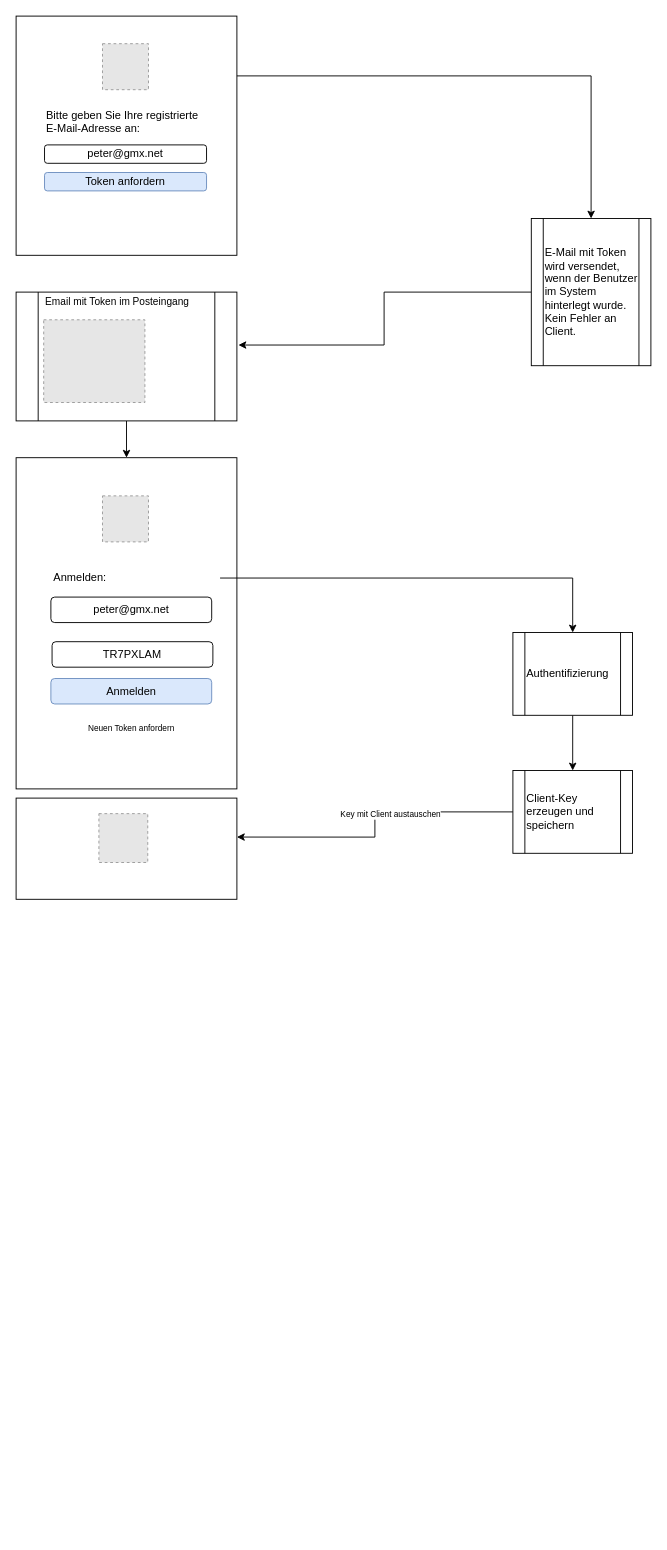
Before: Login mit Token.drawio in Xynratron/FlowCharts, a draw.io diagram. Source tidied: cells renumbered, new cells numbered last; positions are measured from the earlier drawing's top-left corner, leaving out a move shared by most shapes. Both pictures are drawn from the tidied source at 92%, with x=0, y=0 at pixel (16, 16). Pictures stored in the file or linked from it are replaced by grey dashed boxes.
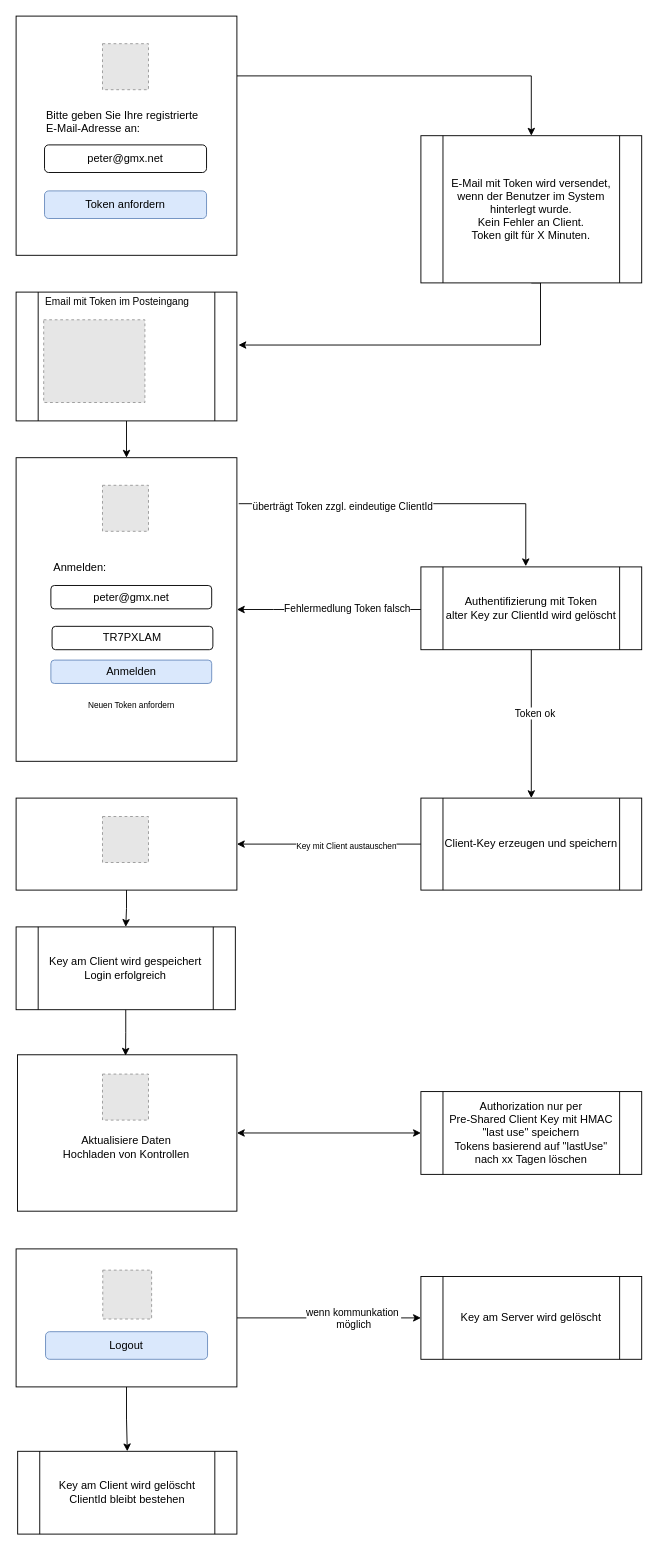
The same page after the edit.

Unchanged cells that the change refers to:
```xml
<mxCell id="12" style="group;" parent="1" vertex="1">
  <mxGeometry width="240" height="260" as="geometry" />
</mxCell>
<mxCell id="13" style="rounded=0;whiteSpace=wrap;html=1;" parent="12" vertex="1">
  <mxGeometry width="240" height="260" as="geometry" />
</mxCell>
```

Diff of the diagram source:
```diff
@@
-    <mxCell id="2" style="edgeStyle=orthogonalEdgeStyle;rounded=0;jettySize=auto;html=1;exitX=0;exitY=0.5;exitDx=0;exitDy=0;entryX=1.007;entryY=0.411;entryDx=0;entryDy=0;entryPerimeter=0;fontSize=9;" parent="1" edge="1" source="3" target="19">
-      <mxGeometry relative="1" as="geometry" />
+    <mxCell id="2" style="edgeStyle=orthogonalEdgeStyle;rounded=0;jettySize=auto;html=1;entryX=1.007;entryY=0.411;entryDx=0;entryDy=0;entryPerimeter=0;fontSize=9;exitX=0.5;exitY=1;exitDx=0;exitDy=0;" parent="1" edge="1" source="3" target="19">
+      <mxGeometry relative="1" as="geometry">
+        <Array as="points">
+          <mxPoint x="570" y="358" />
+        </Array>
+      </mxGeometry>
     </mxCell>
-    <mxCell id="3" value="E-Mail mit Token wird versendet, wenn der Benutzer im System hinterlegt wurde. Kein Fehler an Client." style="shape=process;whiteSpace=wrap;html=1;backgroundOutline=1;align=left;" parent="1" vertex="1">
-      <mxGeometry x="560" y="220" width="130" height="160" as="geometry" />
+    <mxCell id="3" value="E-Mail mit Token wird versendet, wenn der Benutzer im System hinterlegt wurde.&lt;br&gt;Kein Fehler an Client.&lt;br&gt;Token gilt für X Minuten." style="shape=process;whiteSpace=wrap;html=1;backgroundOutline=1;align=center;" parent="1" vertex="1">
+      <mxGeometry x="440" y="130" width="240" height="160" as="geometry" />
     </mxCell>
-    <mxCell id="4" style="group;" parent="1" vertex="1">
-      <mxGeometry y="480" width="240" height="360" as="geometry" />
-    </mxCell>
+    <mxCell id="18" style="edgeStyle=orthogonalEdgeStyle;rounded=0;jettySize=auto;html=1;exitX=0.5;exitY=1;exitDx=0;exitDy=0;entryX=0.5;entryY=0;entryDx=0;entryDy=0;fontSize=9;" parent="1" edge="1" source="19" target="5">
+      <mxGeometry relative="1" as="geometry" />
+    </mxCell>
+    <mxCell id="19" style="shape=process;whiteSpace=wrap;html=1;backgroundOutline=1;fontSize=6;align=center;labelPosition=center;verticalLabelPosition=top;verticalAlign=bottom;" parent="1" vertex="1">
+      <mxGeometry y="300" width="240" height="140" as="geometry" />
+    </mxCell>
+    <mxCell id="20" style="fillColor=#E6E6E6;strokeColor=#999999;dashed=1;verticalLabelPosition=top;labelBackgroundColor=#ffffff;verticalAlign=bottom;labelPosition=left;align=right;" parent="1" vertex="1">
+      <mxGeometry x="30" y="330.1" width="110" height="89.9" as="geometry" />
+    </mxCell>
+    <mxCell id="21" value="Email mit Token im Posteingang" style="text;html=1;strokeColor=none;fillColor=none;align=left;verticalAlign=middle;whiteSpace=wrap;rounded=0;fontSize=11;" parent="1" vertex="1">
+      <mxGeometry x="30" y="300" width="210" height="20" as="geometry" />
+    </mxCell>
+    <mxCell id="22" style="edgeStyle=orthogonalEdgeStyle;rounded=0;jettySize=auto;html=1;exitX=1;exitY=0.25;exitDx=0;exitDy=0;fontSize=9;entryX=0.5;entryY=0;entryDx=0;entryDy=0;" parent="1" edge="1" source="13" target="3">
+      <mxGeometry relative="1" as="geometry" />
+    </mxCell>
+    <mxCell id="23" style="edgeStyle=orthogonalEdgeStyle;rounded=0;jettySize=auto;html=1;exitX=0.5;exitY=1;exitDx=0;exitDy=0;entryX=0.5;entryY=0;entryDx=0;entryDy=0;fontSize=9;" parent="1" edge="1" source="24" target="31">
+      <mxGeometry relative="1" as="geometry" />
+    </mxCell>
+    <mxCell id="32" value="Token ok" style="edgeLabel;html=1;align=center;verticalAlign=middle;" parent="23" vertex="1">
+      <mxGeometry x="-0.15" y="3" relative="1" as="geometry" />
+    </mxCell>
+    <mxCell id="33" style="edgeStyle=orthogonalEdgeStyle;rounded=0;jettySize=auto;html=1;startArrow=none;startFill=0;" parent="1" edge="1" source="24" target="5">
+      <mxGeometry relative="1" as="geometry">
+        <Array as="points">
+          <mxPoint x="280" y="645" />
+          <mxPoint x="280" y="645" />
+        </Array>
+      </mxGeometry>
+    </mxCell>
+    <mxCell id="34" value="Fehlermedlung Token falsch" style="edgeLabel;html=1;align=center;verticalAlign=middle;" parent="33" vertex="1">
+      <mxGeometry x="-0.19" y="-2" relative="1" as="geometry" />
+    </mxCell>
+    <mxCell id="24" value="Authentifizierung mit Token&lt;br&gt;alter Key zur ClientId wird gelöscht" style="shape=process;whiteSpace=wrap;html=1;backgroundOutline=1;align=center;" parent="1" vertex="1">
+      <mxGeometry x="440" y="598.7" width="240" height="90" as="geometry" />
+    </mxCell>
+    <mxCell id="25" style="edgeStyle=orthogonalEdgeStyle;rounded=0;jettySize=auto;html=1;fontSize=9;entryX=0.475;entryY=-0.008;entryDx=0;entryDy=0;entryPerimeter=0;" parent="1" edge="1" target="24">
+      <mxGeometry relative="1" as="geometry">
+        <mxPoint x="242" y="530" as="sourcePoint" />
+        <Array as="points">
+          <mxPoint x="554" y="530" />
+        </Array>
+      </mxGeometry>
+    </mxCell>
+    <mxCell id="35" value="überträgt Token zzgl. eindeutige ClientId" style="edgeLabel;html=1;align=center;verticalAlign=middle;" parent="25" vertex="1">
+      <mxGeometry x="-0.41" y="-2" relative="1" as="geometry" />
+    </mxCell>
+    <mxCell id="29" style="edgeStyle=orthogonalEdgeStyle;rounded=0;jettySize=auto;html=1;exitX=0;exitY=0.5;exitDx=0;exitDy=0;entryX=1;entryY=0.5;entryDx=0;entryDy=0;fontSize=9;" parent="1" edge="1" source="31" target="27">
+      <mxGeometry relative="1" as="geometry" />
+    </mxCell>
+    <mxCell id="30" value="Key mit Client austauschen" style="edgeLabel;html=1;align=center;verticalAlign=middle;fontSize=9;" parent="29" vertex="1">
+      <mxGeometry x="-0.18" y="2" relative="1" as="geometry" />
+    </mxCell>
+    <mxCell id="31" value="Client-Key erzeugen und speichern" style="shape=process;whiteSpace=wrap;html=1;backgroundOutline=1;align=center;" parent="1" vertex="1">
+      <mxGeometry x="440" y="850" width="240" height="100" as="geometry" />
+    </mxCell>
+    <mxCell id="36" value="Authorization nur per &lt;br&gt;Pre-Shared Client Key mit HMAC&lt;br&gt;&quot;last use&quot; speichern&lt;br&gt;Tokens basierend auf &quot;lastUse&quot; nach xx Tagen löschen" style="shape=process;whiteSpace=wrap;html=1;backgroundOutline=1;align=center;" parent="1" vertex="1">
+      <mxGeometry x="440" y="1169" width="240" height="90" as="geometry" />
+    </mxCell>
+    <mxCell id="37" style="edgeStyle=orthogonalEdgeStyle;rounded=0;jettySize=auto;html=1;startArrow=classic;startFill=1;" parent="1" edge="1" source="44" target="36">
+      <mxGeometry relative="1" as="geometry" />
+    </mxCell>
+    <mxCell id="38" style="edgeStyle=orthogonalEdgeStyle;rounded=0;jettySize=auto;html=1;entryX=0;entryY=0.5;entryDx=0;entryDy=0;startArrow=none;startFill=0;" parent="1" edge="1" source="48" target="41">
+      <mxGeometry relative="1" as="geometry" />
+    </mxCell>
+    <mxCell id="39" value="wenn kommunkation&amp;nbsp;&lt;br&gt;möglich" style="edgeLabel;html=1;align=center;verticalAlign=middle;" parent="38" vertex="1">
+      <mxGeometry x="0.26" relative="1" as="geometry" />
+    </mxCell>
+    <mxCell id="40" style="edgeStyle=orthogonalEdgeStyle;rounded=0;jettySize=auto;html=1;entryX=0.5;entryY=0;entryDx=0;entryDy=0;startArrow=none;startFill=0;" parent="1" edge="1" source="48" target="42">
+      <mxGeometry relative="1" as="geometry" />
+    </mxCell>
+    <mxCell id="41" value="Key am Server wird gelöscht" style="shape=process;whiteSpace=wrap;html=1;backgroundOutline=1;align=center;" parent="1" vertex="1">
+      <mxGeometry x="440" y="1370" width="240" height="90" as="geometry" />
+    </mxCell>
+    <mxCell id="42" value="Key am Client wird gelöscht&lt;br&gt;ClientId bleibt bestehen" style="shape=process;whiteSpace=wrap;html=1;backgroundOutline=1;align=center;" parent="1" vertex="1">
+      <mxGeometry x="1.7" y="1560" width="238.3" height="90" as="geometry" />
+    </mxCell>
+    <mxCell id="43" style="group;" parent="1" vertex="1">
+      <mxGeometry x="1.5" y="1129" width="238.5" height="170" as="geometry" />
+    </mxCell>
+    <mxCell id="44" style="rounded=0;whiteSpace=wrap;html=1;" parent="43" vertex="1">
+      <mxGeometry width="238.5" height="170" as="geometry" />
+    </mxCell>
+    <mxCell id="45" value="Aktualisiere Daten&lt;br&gt;Hochladen von Kontrollen" style="text;html=1;strokeColor=none;fillColor=none;align=center;verticalAlign=middle;whiteSpace=wrap;rounded=0;" parent="43" vertex="1">
+      <mxGeometry x="48.5" y="89" width="140" height="24.3" as="geometry" />
+    </mxCell>
+    <mxCell id="46" style="fillColor=#E6E6E6;strokeColor=#999999;dashed=1;verticalLabelPosition=bottom;labelBackgroundColor=#ffffff;verticalAlign=top;" parent="43" vertex="1">
+      <mxGeometry x="92.4" y="21" width="50" height="50" as="geometry" />
+    </mxCell>
+    <mxCell id="47" style="group;" parent="1" vertex="1">
+      <mxGeometry y="1340" width="240" height="150" as="geometry" />
+    </mxCell>
+    <mxCell id="48" style="rounded=0;whiteSpace=wrap;html=1;" parent="47" vertex="1">
+      <mxGeometry width="240" height="150" as="geometry" />
+    </mxCell>
+    <mxCell id="49" style="fillColor=#E6E6E6;strokeColor=#999999;dashed=1;verticalLabelPosition=bottom;labelBackgroundColor=#ffffff;verticalAlign=top;" parent="47" vertex="1">
+      <mxGeometry x="94.2" y="23.1" width="53.1" height="53.1" as="geometry" />
+    </mxCell>
+    <mxCell id="50" value="Logout" style="rounded=1;whiteSpace=wrap;html=1;fillColor=#dae8fc;strokeColor=#6c8ebf;" parent="47" vertex="1">
+      <mxGeometry x="32" y="90" width="176.1" height="30" as="geometry" />
+    </mxCell>
+    <mxCell id="51" style="group;" parent="1" vertex="1">
+      <mxGeometry y="850" width="240" height="100" as="geometry" />
+    </mxCell>
+    <mxCell id="27" style="rounded=0;whiteSpace=wrap;html=1;" parent="51" vertex="1">
+      <mxGeometry width="240" height="100" as="geometry" />
+    </mxCell>
+    <mxCell id="52" style="fillColor=#E6E6E6;strokeColor=#999999;dashed=1;verticalLabelPosition=bottom;labelBackgroundColor=#ffffff;verticalAlign=top;" parent="51" vertex="1">
+      <mxGeometry x="93.9" y="20" width="50" height="50" as="geometry" />
+    </mxCell>
+    <mxCell id="53" style="group;" parent="1" vertex="1">
+      <mxGeometry y="480" width="240" height="330" as="geometry" />
+    </mxCell>
-    <mxCell id="5" style="rounded=0;whiteSpace=wrap;html=1;" parent="4" vertex="1">
-      <mxGeometry width="240" height="360" as="geometry" />
+    <mxCell id="5" style="rounded=0;whiteSpace=wrap;html=1;" parent="53" vertex="1">
+      <mxGeometry width="240" height="330" as="geometry" />
     </mxCell>
-    <mxCell id="6" value="peter@gmx.net" style="rounded=1;whiteSpace=wrap;html=1;align=center;" parent="4" vertex="1">
-      <mxGeometry x="37.8" y="151.5" width="174.8" height="27.7" as="geometry" />
+    <mxCell id="6" value="peter@gmx.net" style="rounded=1;whiteSpace=wrap;html=1;align=center;" parent="53" vertex="1">
+      <mxGeometry x="37.8" y="138.9" width="174.8" height="25.4" as="geometry" />
     </mxCell>
-    <mxCell id="7" value="Anmelden" style="rounded=1;whiteSpace=wrap;html=1;fillColor=#dae8fc;strokeColor=#6c8ebf;" parent="4" vertex="1">
-      <mxGeometry x="37.8" y="240" width="174.8" height="27.7" as="geometry" />
+    <mxCell id="7" value="Anmelden" style="rounded=1;whiteSpace=wrap;html=1;fillColor=#dae8fc;strokeColor=#6c8ebf;" parent="53" vertex="1">
+      <mxGeometry x="37.8" y="220" width="174.8" height="25.4" as="geometry" />
     </mxCell>
-    <mxCell id="8" style="fillColor=#E6E6E6;strokeColor=#999999;dashed=1;verticalLabelPosition=bottom;labelBackgroundColor=#ffffff;verticalAlign=top;" parent="4" vertex="1">
-      <mxGeometry x="93.9" y="41.5" width="50" height="50" as="geometry" />
-    </mxCell>
-    <mxCell id="9" value="Anmelden:" style="text;html=1;strokeColor=none;fillColor=none;align=left;verticalAlign=middle;whiteSpace=wrap;rounded=0;" parent="4" vertex="1">
-      <mxGeometry x="39.1" y="110" width="182.6" height="41.5" as="geometry" />
+    <mxCell id="9" value="Anmelden:" style="text;html=1;strokeColor=none;fillColor=none;align=left;verticalAlign=middle;whiteSpace=wrap;rounded=0;" parent="53" vertex="1">
+      <mxGeometry x="39.1" y="100.8" width="182.6" height="38.1" as="geometry" />
     </mxCell>
-    <mxCell id="10" value="TR7PXLAM" style="rounded=1;whiteSpace=wrap;html=1;align=center;" parent="4" vertex="1">
-      <mxGeometry x="39.1" y="200" width="174.8" height="27.7" as="geometry" />
+    <mxCell id="10" value="TR7PXLAM" style="rounded=1;whiteSpace=wrap;html=1;align=center;" parent="53" vertex="1">
+      <mxGeometry x="39.1" y="183.3" width="174.8" height="25.4" as="geometry" />
     </mxCell>
-    <mxCell id="11" value="&lt;font style=&quot;font-size: 9px&quot;&gt;Neuen Token anfordern&lt;/font&gt;" style="text;html=1;strokeColor=none;fillColor=none;align=center;verticalAlign=middle;whiteSpace=wrap;rounded=0;fontSize=6;" parent="4" vertex="1">
-      <mxGeometry x="36.5" y="280" width="177.4" height="30" as="geometry" />
+    <mxCell id="11" value="&lt;font style=&quot;font-size: 9px&quot;&gt;Neuen Token anfordern&lt;/font&gt;" style="text;html=1;strokeColor=none;fillColor=none;align=center;verticalAlign=middle;whiteSpace=wrap;rounded=0;fontSize=6;" parent="53" vertex="1">
+      <mxGeometry x="36.5" y="256.7" width="177.4" height="27.5" as="geometry" />
     </mxCell>
+    <mxCell id="54" style="fillColor=#E6E6E6;strokeColor=#999999;dashed=1;verticalLabelPosition=bottom;labelBackgroundColor=#ffffff;verticalAlign=top;" parent="53" vertex="1">
+      <mxGeometry x="93.9" y="30" width="50" height="50" as="geometry" />
+    </mxCell>
@@
     <mxCell id="14" value="peter@gmx.net" style="rounded=1;whiteSpace=wrap;html=1;" parent="12" vertex="1">
-      <mxGeometry x="30.9" y="140" width="176.1" height="20" as="geometry" />
+      <mxGeometry x="30.9" y="140" width="176.1" height="30" as="geometry" />
     </mxCell>
     <mxCell id="15" value="Token anfordern" style="rounded=1;whiteSpace=wrap;html=1;fillColor=#dae8fc;strokeColor=#6c8ebf;" parent="12" vertex="1">
-      <mxGeometry x="30.9" y="170" width="176.1" height="20" as="geometry" />
+      <mxGeometry x="30.9" y="190" width="176.1" height="30" as="geometry" />
     </mxCell>
@@
-    <mxCell id="18" style="edgeStyle=orthogonalEdgeStyle;rounded=0;jettySize=auto;html=1;exitX=0.5;exitY=1;exitDx=0;exitDy=0;entryX=0.5;entryY=0;entryDx=0;entryDy=0;fontSize=9;" parent="1" edge="1" source="19" target="5">
-      <mxGeometry relative="1" as="geometry" />
-    </mxCell>
-    <mxCell id="19" style="shape=process;whiteSpace=wrap;html=1;backgroundOutline=1;fontSize=6;align=center;labelPosition=center;verticalLabelPosition=top;verticalAlign=bottom;" parent="1" vertex="1">
-      <mxGeometry y="300" width="240" height="140" as="geometry" />
-    </mxCell>
-    <mxCell id="20" style="fillColor=#E6E6E6;strokeColor=#999999;dashed=1;verticalLabelPosition=top;labelBackgroundColor=#ffffff;verticalAlign=bottom;labelPosition=left;align=right;" parent="1" vertex="1">
-      <mxGeometry x="30" y="330.1" width="110" height="89.9" as="geometry" />
-    </mxCell>
-    <mxCell id="21" value="Email mit Token im Posteingang" style="text;html=1;strokeColor=none;fillColor=none;align=left;verticalAlign=middle;whiteSpace=wrap;rounded=0;fontSize=11;" parent="1" vertex="1">
-      <mxGeometry x="30" y="300" width="210" height="20" as="geometry" />
-    </mxCell>
-    <mxCell id="22" style="edgeStyle=orthogonalEdgeStyle;rounded=0;jettySize=auto;html=1;exitX=1;exitY=0.25;exitDx=0;exitDy=0;fontSize=9;entryX=0.5;entryY=0;entryDx=0;entryDy=0;" parent="1" edge="1" source="13" target="3">
-      <mxGeometry relative="1" as="geometry" />
-    </mxCell>
-    <mxCell id="23" style="edgeStyle=orthogonalEdgeStyle;rounded=0;jettySize=auto;html=1;exitX=0.5;exitY=1;exitDx=0;exitDy=0;entryX=0.5;entryY=0;entryDx=0;entryDy=0;fontSize=9;" parent="1" edge="1" source="24" target="31">
-      <mxGeometry relative="1" as="geometry" />
-    </mxCell>
-    <mxCell id="24" value="Authentifizierung" style="shape=process;whiteSpace=wrap;html=1;backgroundOutline=1;align=left;" parent="1" vertex="1">
-      <mxGeometry x="540" y="670" width="130" height="90" as="geometry" />
-    </mxCell>
-    <mxCell id="25" style="edgeStyle=orthogonalEdgeStyle;rounded=0;jettySize=auto;html=1;fontSize=9;" parent="1" edge="1" source="9" target="24">
-      <mxGeometry relative="1" as="geometry" />
-    </mxCell>
-    <mxCell id="26" style="group;" parent="1" vertex="1">
-      <mxGeometry y="850" width="240" height="110" as="geometry" />
-    </mxCell>
-    <mxCell id="27" style="rounded=0;whiteSpace=wrap;html=1;" parent="26" vertex="1">
-      <mxGeometry width="240" height="110" as="geometry" />
-    </mxCell>
-    <mxCell id="28" style="fillColor=#E6E6E6;strokeColor=#999999;dashed=1;verticalLabelPosition=bottom;labelBackgroundColor=#ffffff;verticalAlign=top;" parent="26" vertex="1">
-      <mxGeometry x="90" y="16.9" width="53.1" height="53.1" as="geometry" />
-    </mxCell>
-    <mxCell id="29" style="edgeStyle=orthogonalEdgeStyle;rounded=0;jettySize=auto;html=1;exitX=0;exitY=0.5;exitDx=0;exitDy=0;entryX=1;entryY=0.385;entryDx=0;entryDy=0;entryPerimeter=0;fontSize=9;" parent="1" edge="1" source="31" target="27">
-      <mxGeometry relative="1" as="geometry" />
-    </mxCell>
-    <mxCell id="30" value="Key mit Client austauschen" style="edgeLabel;html=1;align=center;verticalAlign=middle;fontSize=9;" parent="29" vertex="1">
-      <mxGeometry x="-0.18" y="2" relative="1" as="geometry" />
-    </mxCell>
-    <mxCell id="31" value="Client-Key erzeugen und speichern" style="shape=process;whiteSpace=wrap;html=1;backgroundOutline=1;align=left;" parent="1" vertex="1">
-      <mxGeometry x="540" y="820" width="130" height="90" as="geometry" />
-    </mxCell>
+    <mxCell id="55" style="edgeStyle=orthogonalEdgeStyle;rounded=0;jettySize=auto;html=1;startArrow=none;startFill=0;" parent="1" edge="1" source="56">
+      <mxGeometry relative="1" as="geometry">
+        <mxPoint x="119" y="1130" as="targetPoint" />
+      </mxGeometry>
+    </mxCell>
+    <mxCell id="56" value="Key am Client wird gespeichert&lt;br&gt;Login erfolgreich" style="shape=process;whiteSpace=wrap;html=1;backgroundOutline=1;align=center;" parent="1" vertex="1">
+      <mxGeometry y="990" width="238.3" height="90" as="geometry" />
+    </mxCell>
+    <mxCell id="57" style="edgeStyle=orthogonalEdgeStyle;rounded=0;jettySize=auto;html=1;startArrow=none;startFill=0;" parent="1" edge="1" source="27" target="56">
+      <mxGeometry relative="1" as="geometry" />
+    </mxCell>
```
